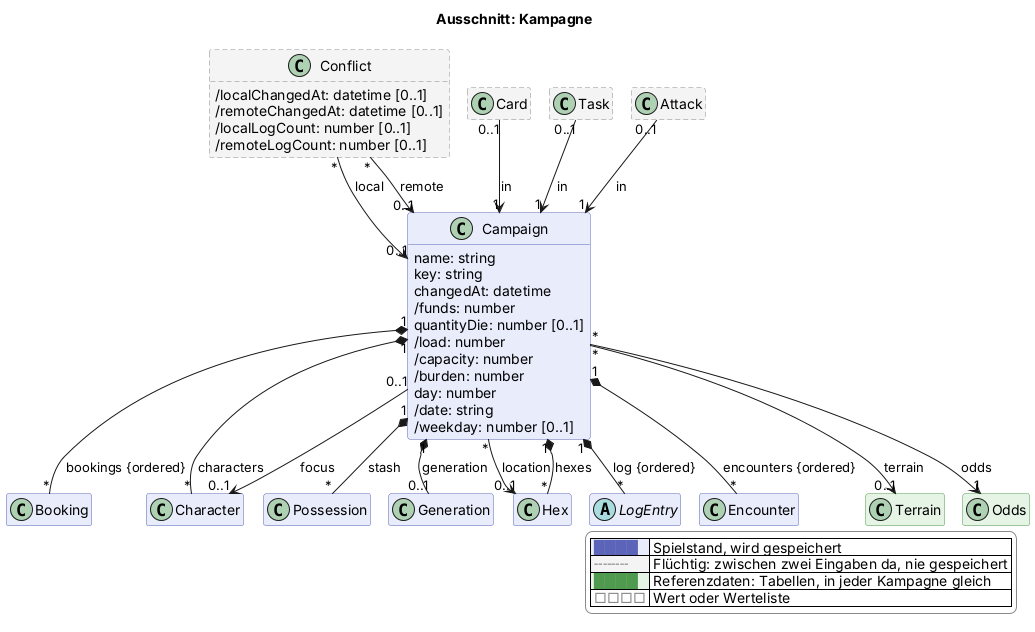
Above: docs/views/kampagne.png in scuzzar/SRE (PlantUML), before the change.
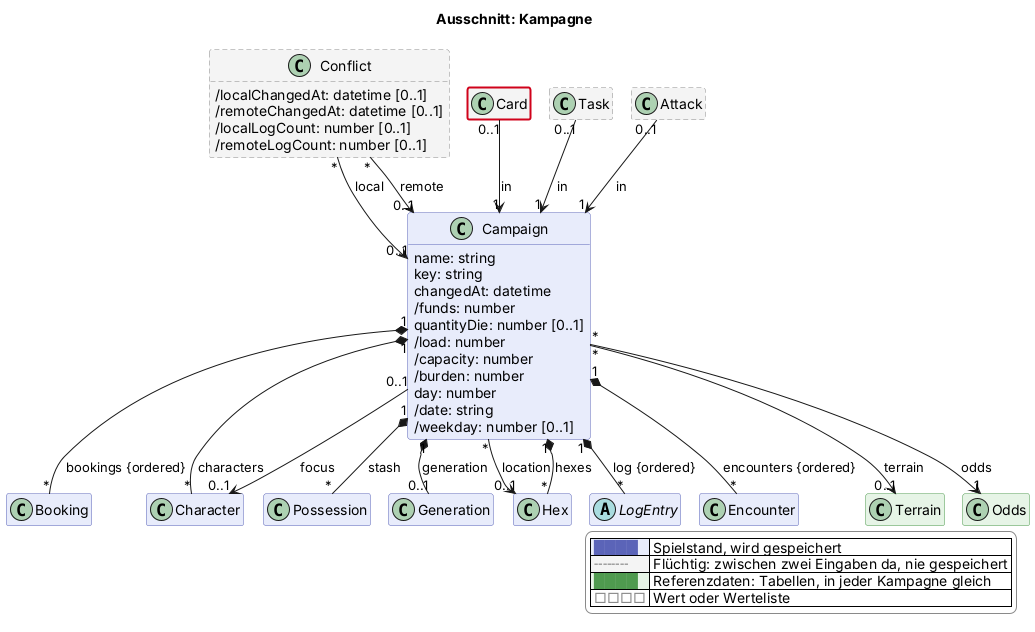
The same file after the commit.

What changed in the source:
```diff
@@ -139,4 +139,5 @@
   |<#e6f4e6> <color:#4f9a4f>████</color> | Referenzdaten: Tabellen, in jeder Kampagne gleich |
   |<#ffffff> <color:#8a8a8a>□□□□</color> | Wert oder Werteliste |
 endlegend
+class Card #line:d0021b;line.bold
 @enduml
```
